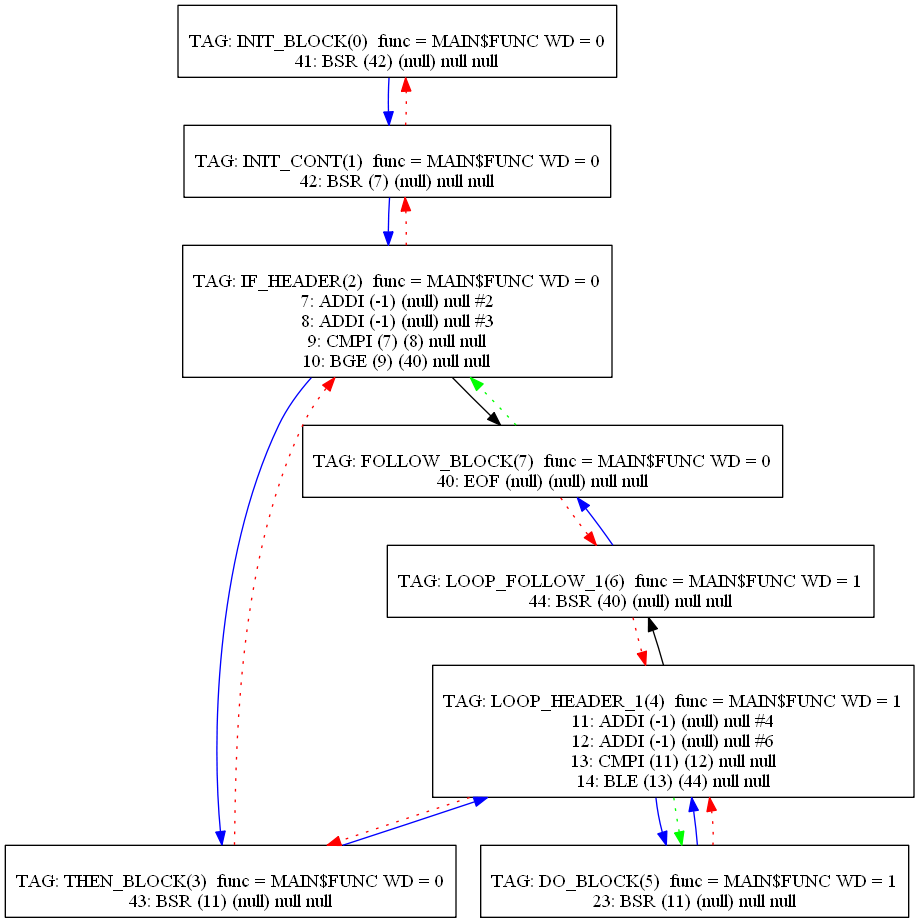
Earlier version of the Graphviz export Compiler/29graph.png (mbajaj92/Project-Astoria). Its source is kept beside it as Compiler/29graph.dot.
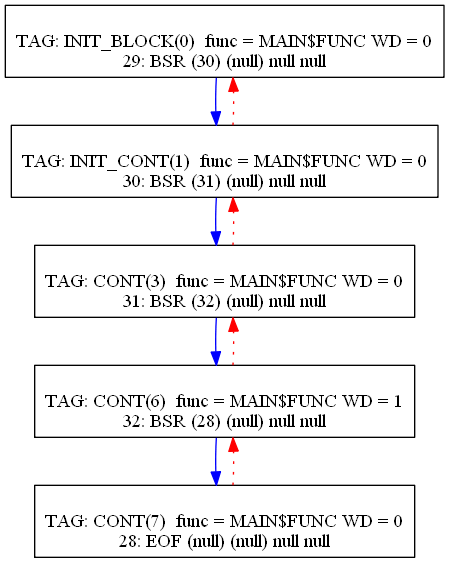
Later version of the same file.

The edit, as a diff of the source:
```diff
@@ -1,66 +1,35 @@
 digraph {
 0[label="
 TAG: INIT_BLOCK(0)  func = MAIN$FUNC WD = 0
-41: BSR (42) (null) null null
+29: BSR (30) (null) null null
 "];
 0[shape=box];
 0 -> 1[color=blue]
 1[label="
 TAG: INIT_CONT(1)  func = MAIN$FUNC WD = 0
-42: BSR (7) (null) null null
+30: BSR (31) (null) null null
 "];
 1[shape=box];
-1 -> 2[color=blue]
+1 -> 3[color=blue]
 1 -> 0[color=red][style=dotted]
-2[label="
-TAG: IF_HEADER(2)  func = MAIN$FUNC WD = 0
-7: ADDI (-1) (null) null #2
-8: ADDI (-1) (null) null #3
-9: CMPI (7) (8) null null
-10: BGE (9) (40) null null
-"];
-2[shape=box];
-2 -> 3[color=blue]
-2 -> 7[color=black]
-2 -> 1[color=red][style=dotted]
 3[label="
-TAG: THEN_BLOCK(3)  func = MAIN$FUNC WD = 0
-43: BSR (11) (null) null null
+TAG: CONT(3)  func = MAIN$FUNC WD = 0
+31: BSR (32) (null) null null
 "];
 3[shape=box];
-3 -> 4[color=blue]
-3 -> 2[color=red][style=dotted]
-4[label="
-TAG: LOOP_HEADER_1(4)  func = MAIN$FUNC WD = 1
-11: ADDI (-1) (null) null #4
-12: ADDI (-1) (null) null #6
-13: CMPI (11) (12) null null
-14: BLE (13) (44) null null
-"];
-4[shape=box];
-4 -> 5[color=blue]
-4 -> 6[color=black]
-4 -> 3[color=red][style=dotted]
-4 -> 5[color=green][style=dotted]
-5[label="
-TAG: DO_BLOCK(5)  func = MAIN$FUNC WD = 1
-23: BSR (11) (null) null null
-"];
-5[shape=box];
-5 -> 4[color=blue]
-5 -> 4[color=red][style=dotted]
+3 -> 6[color=blue]
+3 -> 1[color=red][style=dotted]
 6[label="
-TAG: LOOP_FOLLOW_1(6)  func = MAIN$FUNC WD = 1
-44: BSR (40) (null) null null
+TAG: CONT(6)  func = MAIN$FUNC WD = 1
+32: BSR (28) (null) null null
 "];
 6[shape=box];
 6 -> 7[color=blue]
-6 -> 4[color=red][style=dotted]
+6 -> 3[color=red][style=dotted]
 7[label="
-TAG: FOLLOW_BLOCK(7)  func = MAIN$FUNC WD = 0
-40: EOF (null) (null) null null
+TAG: CONT(7)  func = MAIN$FUNC WD = 0
+28: EOF (null) (null) null null
 "];
 7[shape=box];
 7 -> 6[color=red][style=dotted]
-7 -> 2[color=green][style=dotted]
 }
```
